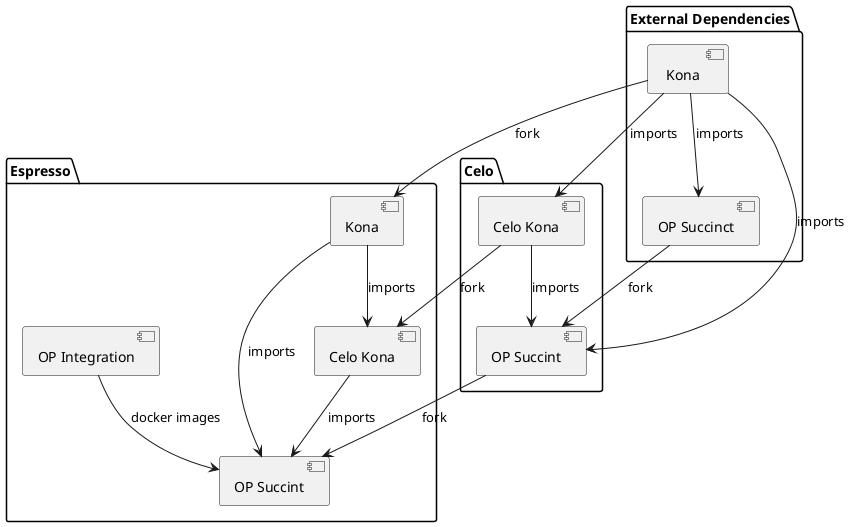
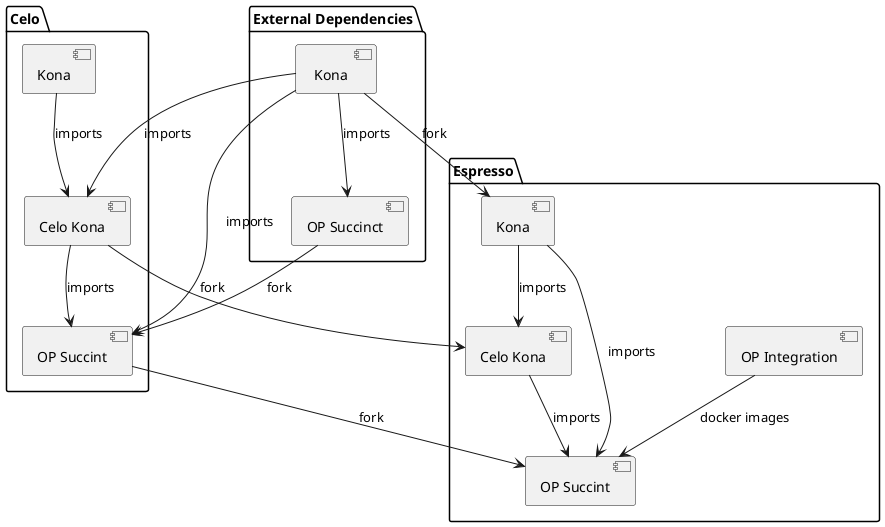
@startuml

package "External Dependencies" {
  [ Kona ] as KonaExternal
  [OP Succinct] as OPSuccintExternal
}

package "Celo" {
+   [Kona] as KonaCelo
  [Celo Kona] as CeloKonaCelo
  [OP Succint] as OPSuccintCelo
}

package "Espresso" {
  [Kona] as KonaEspresso
  [Celo Kona] as CeloKonaEspresso
  [OP Succint] as OPSuccintEspresso
  [OP Integration] as OpIntegration
}


KonaExternal--> CeloKonaCelo: imports

+ KonaCelo --> CeloKonaCelo: imports
CeloKonaCelo--> OPSuccintCelo : imports
KonaExternal--> OPSuccintExternal : imports
KonaExternal --> OPSuccintCelo: imports

OPSuccintExternal --> OPSuccintCelo: fork
CeloKonaCelo --> CeloKonaEspresso: fork
OPSuccintCelo --> OPSuccintEspresso: fork
KonaExternal --> KonaEspresso: fork

OpIntegration --> OPSuccintEspresso : docker images
KonaEspresso   --> CeloKonaEspresso: imports
CeloKonaEspresso  --> OPSuccintEspresso : imports
KonaEspresso --> OPSuccintEspresso : imports


@enduml
